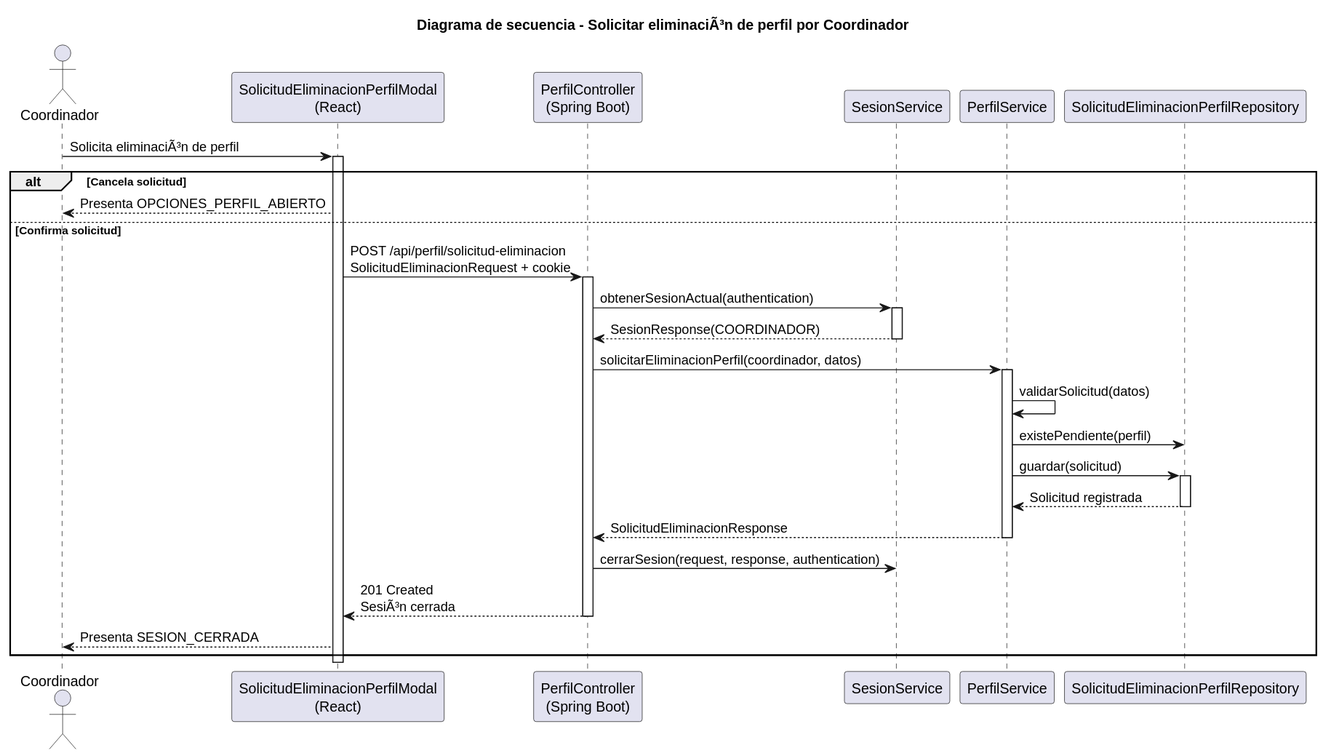
This is images/RUP/02-diseño/casos-uso/coordinador/solicitarEliminacionPerfil/secuencia.svg from beatriizorozco/25-26-idsw2-sdVC, a PlantUML export, as it was before one commit. The source it was exported from:
```plantuml
@startuml
title Diagrama de secuencia - Solicitar eliminaciÃ³n de perfil por Coordinador

actor Coordinador
participant "SolicitudEliminacionPerfilModal\n(React)" as Frontend
participant "PerfilController\n(Spring Boot)" as Api
participant "SesionService" as Sesion
participant "PerfilService" as PerfilService
participant "SolicitudEliminacionPerfilRepository" as SolicitudRepository

Coordinador -> Frontend: Solicita eliminaciÃ³n de perfil
activate Frontend
alt Cancela solicitud
    Frontend --> Coordinador: Presenta OPCIONES_PERFIL_ABIERTO
else Confirma solicitud
    Frontend -> Api: POST /api/perfil/solicitud-eliminacion\nSolicitudEliminacionRequest + cookie
    activate Api
    Api -> Sesion: obtenerSesionActual(authentication)
    activate Sesion
    Sesion --> Api: SesionResponse(COORDINADOR)
    deactivate Sesion
    Api -> PerfilService: solicitarEliminacionPerfil(coordinador, datos)
    activate PerfilService
    PerfilService -> PerfilService: validarSolicitud(datos)
    PerfilService -> SolicitudRepository: existePendiente(perfil)
    PerfilService -> SolicitudRepository: guardar(solicitud)
    activate SolicitudRepository
    SolicitudRepository --> PerfilService: Solicitud registrada
    deactivate SolicitudRepository
    PerfilService --> Api: SolicitudEliminacionResponse
    deactivate PerfilService
    Api -> Sesion: cerrarSesion(request, response, authentication)
    Api --> Frontend: 201 Created\nSesiÃ³n cerrada
    deactivate Api
    Frontend --> Coordinador: Presenta SESION_CERRADA
end
deactivate Frontend
@enduml
```
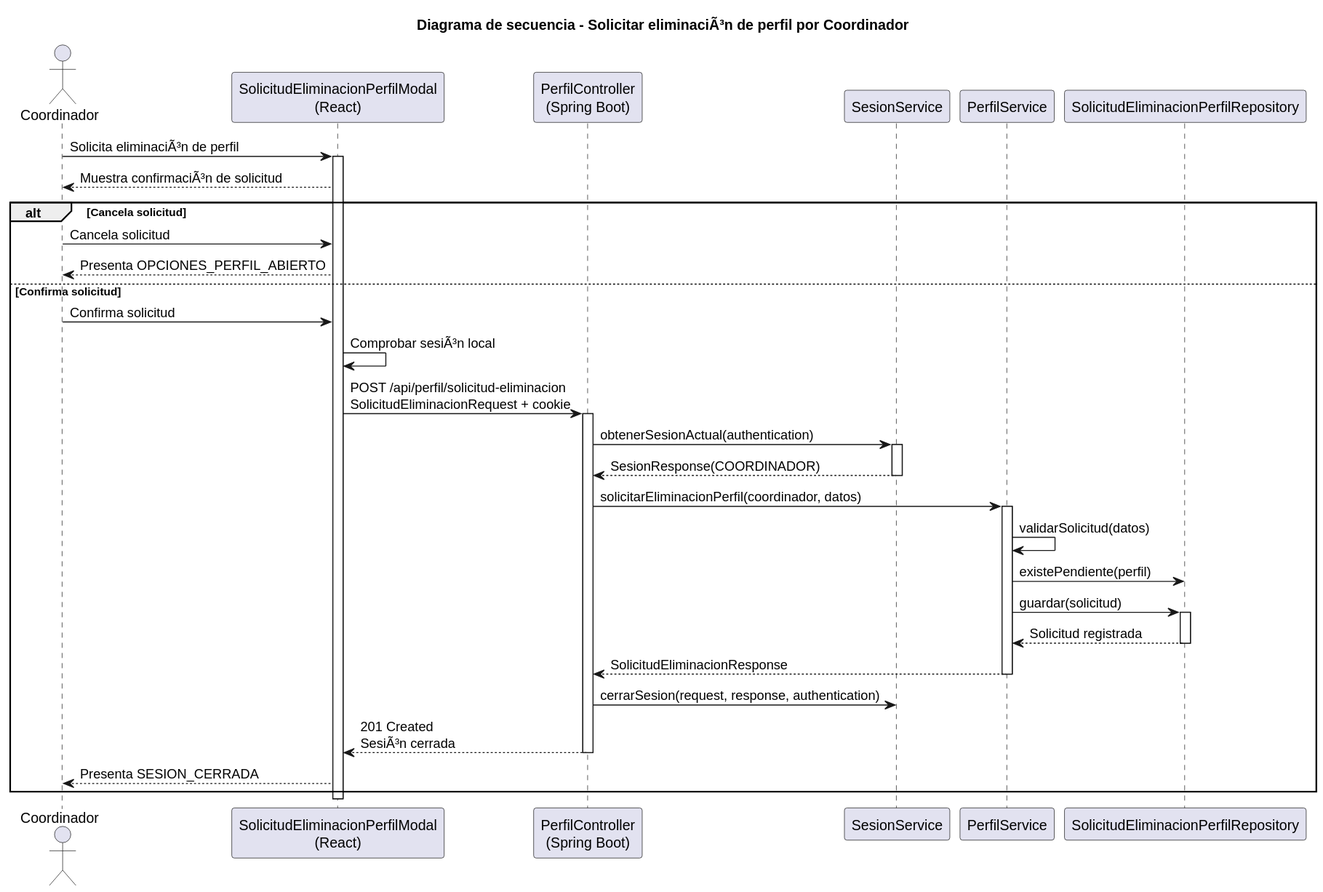
Later version of the same file.

What changed in the source:
```diff
@@ -10,9 +10,13 @@
 
 Coordinador -> Frontend: Solicita eliminaciÃ³n de perfil
 activate Frontend
+Frontend --> Coordinador: Muestra confirmaciÃ³n de solicitud
 alt Cancela solicitud
+    Coordinador -> Frontend: Cancela solicitud
     Frontend --> Coordinador: Presenta OPCIONES_PERFIL_ABIERTO
 else Confirma solicitud
+    Coordinador -> Frontend: Confirma solicitud
+    Frontend -> Frontend: Comprobar sesiÃ³n local
     Frontend -> Api: POST /api/perfil/solicitud-eliminacion\nSolicitudEliminacionRequest + cookie
     activate Api
     Api -> Sesion: obtenerSesionActual(authentication)
```
